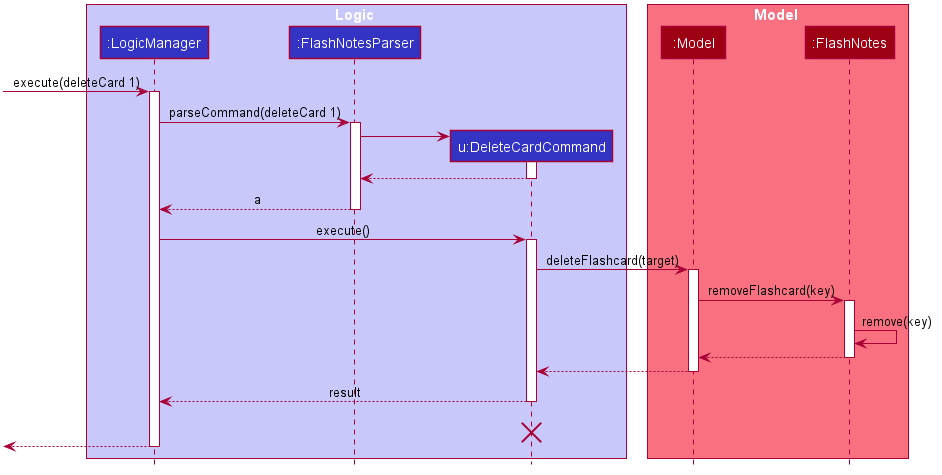
Above: docs/images/DeleteCardSequenceDiagram.png in rachel170/tp (PlantUML), before the change. Its diagram source:
```plantuml
@startuml








skinparam BackgroundColor #FFFFFFF

skinparam Shadowing false

skinparam Class {
    FontColor #FFFFFF
    BorderThickness 1
    BorderColor #FFFFFF
    StereotypeFontColor #FFFFFF
    FontName Arial
}

skinparam Actor {
    BorderColor #000000
    Color #000000
    FontName Arial
}

skinparam Sequence {
    MessageAlign center
    BoxFontSize 15
    BoxPadding 0
    BoxFontColor #FFFFFF
    FontName Arial
}

skinparam Participant {
    FontColor #FFFFFFF
    Padding 20
}

skinparam MinClassWidth 50
skinparam ParticipantPadding 10
skinparam Shadowing false
skinparam DefaultTextAlignment center
skinparam packageStyle Rectangle

hide footbox
hide members
hide circle
skinparam classFontSize 18

box Logic #C8C8FA
participant ":LogicManager" as LogicManager #3333C4
participant ":FlashNotesParser" as FlashNotesParser #3333C4
participant "u:DeleteCardCommand" as DeleteCardCommand #3333C4
end box

box Model #F97181
participant ":Model" as Model #9D0012
participant ":FlashNotes" as FlashNotes #9D0012
end box
[-> LogicManager : execute(deleteCard 1)
activate LogicManager

LogicManager -> FlashNotesParser : parseCommand(deleteCard 1)
activate FlashNotesParser

create DeleteCardCommand
FlashNotesParser -> DeleteCardCommand
activate DeleteCardCommand

DeleteCardCommand --> FlashNotesParser
deactivate DeleteCardCommand

FlashNotesParser --> LogicManager : a
deactivate FlashNotesParser

LogicManager -> DeleteCardCommand : execute()
activate DeleteCardCommand

DeleteCardCommand -> Model : deleteFlashcard(target)
activate Model

Model -> FlashNotes : removeFlashcard(key)
activate FlashNotes

FlashNotes -> FlashNotes : remove(key)
FlashNotes --> Model :
deactivate FlashNotes

Model --> DeleteCardCommand
deactivate Model

DeleteCardCommand --> LogicManager : result
deactivate DeleteCardCommand
DeleteCardCommand -[hidden]-> LogicManager : result
destroy DeleteCardCommand

[<--LogicManager
deactivate LogicManager
@enduml
```
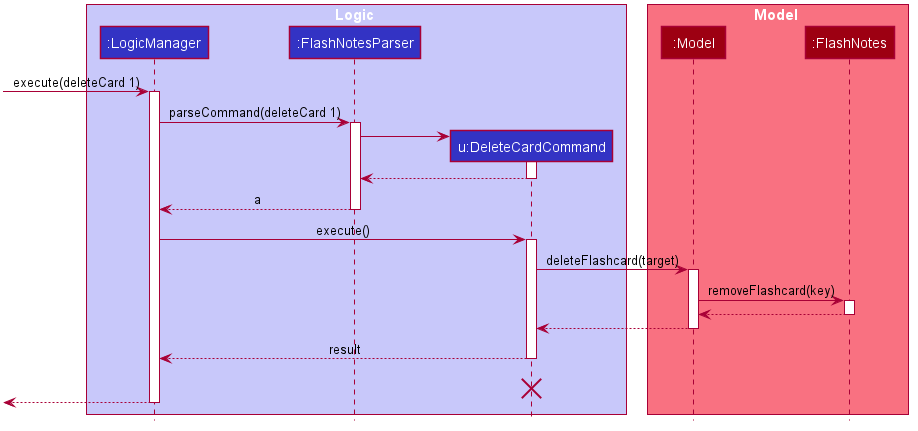
The same file after the commit.

Commit message:
Update DG deleteCard diagram

What changed in the source:
```diff
@@ -84,7 +84,6 @@
 Model -> FlashNotes : removeFlashcard(key)
 activate FlashNotes
 
-FlashNotes -> FlashNotes : remove(key)
 FlashNotes --> Model :
 deactivate FlashNotes
 
```
